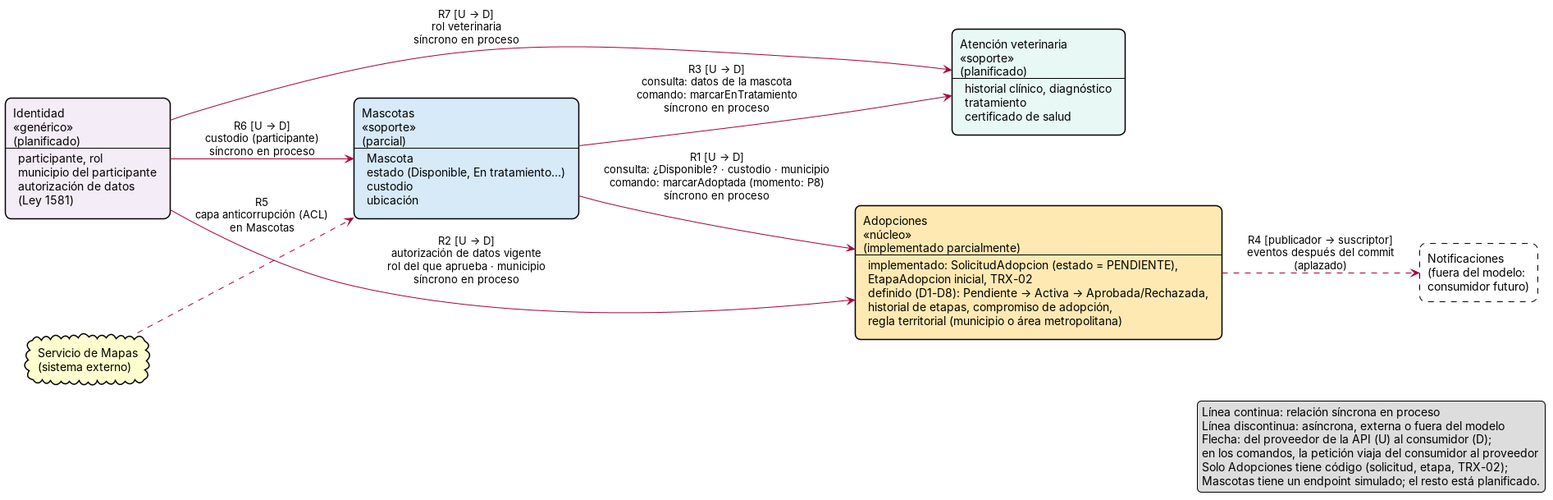
Earlier version of the PlantUML export docs/dominio/context-map.png (Charry21/PatitasUrbanas). Its source is kept beside it as docs/dominio/context-map.puml.
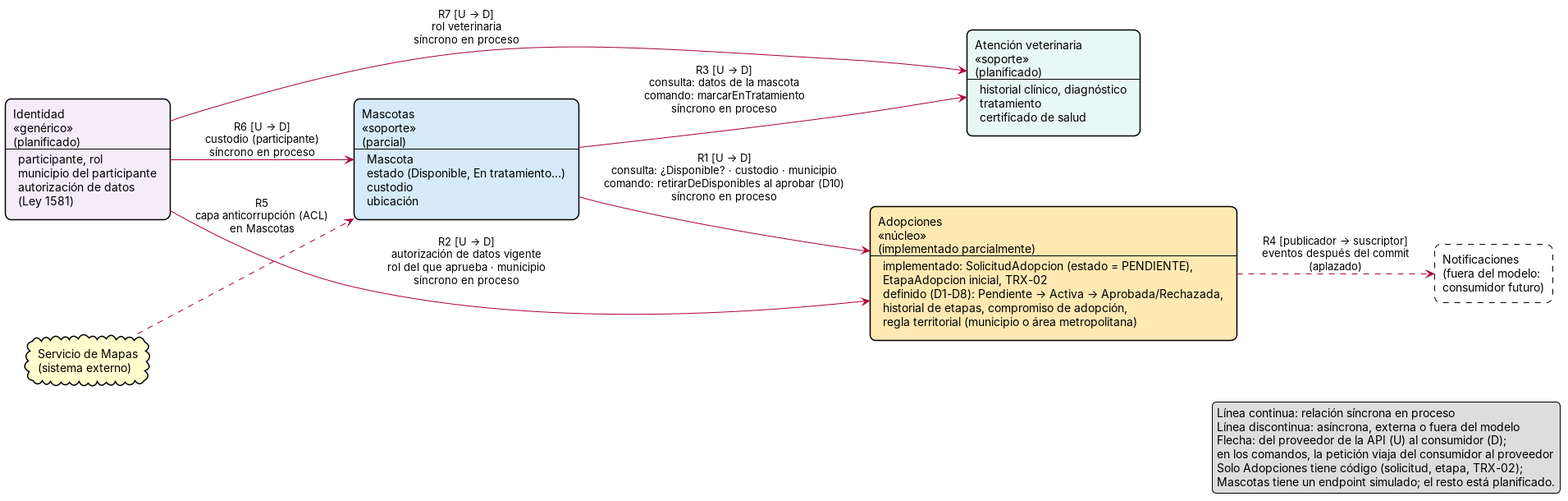
Above is the later version.

Commit message:
Registrar D10: varias solicitudes por mascota, al aprobar una se rechazan las demas (resuelve P6)

Diff of the diagram source:
```diff
@@ -14,7 +14,7 @@
 rectangle "Notificaciones\n(fuera del modelo:\nconsumidor futuro)" as NOT #FFFFFF;line.dashed
 cloud "Servicio de Mapas\n(sistema externo)" as MAPS
 
-MAS --> ADO : R1 [U → D]\nconsulta: ¿Disponible? · custodio · municipio\ncomando: marcarAdoptada (momento: P8)\nsíncrono en proceso
+MAS --> ADO : R1 [U → D]\nconsulta: ¿Disponible? · custodio · municipio\ncomando: retirarDeDisponibles al aprobar (D10)\nsíncrono en proceso
 IDE --> ADO : R2 [U → D]\nautorización de datos vigente\nrol del que aprueba · municipio\nsíncrono en proceso
 MAS --> VET : R3 [U → D]\nconsulta: datos de la mascota\ncomando: marcarEnTratamiento\nsíncrono en proceso
 IDE --> MAS : R6 [U → D]\ncustodio (participante)\nsíncrono en proceso
```
